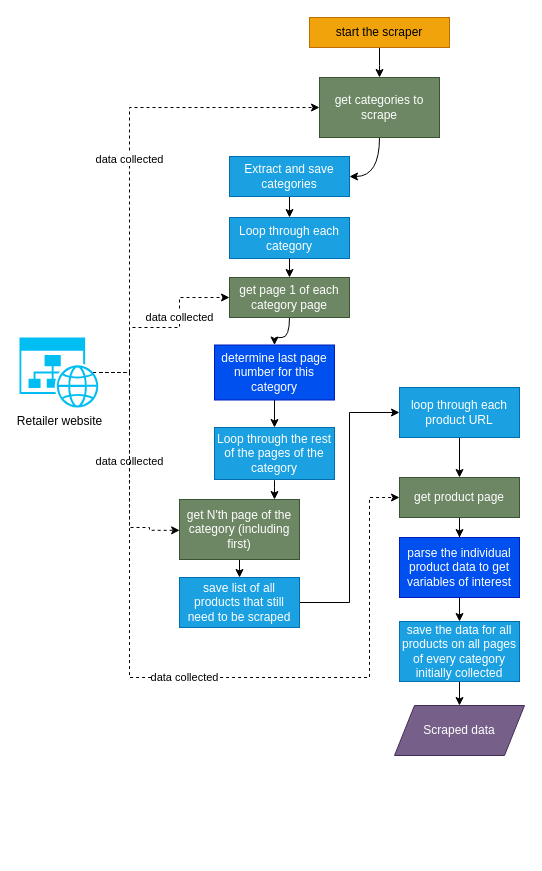
The draw.io diagram docs/images/mapping-the-process-overall.drawio in ESCAP-SD/ESCAP_RAP_class, before the edit. Source tidied: cells renumbered, new cells numbered last; positions are measured from the earlier drawing's top-left corner, leaving out a move shared by most shapes. Both pictures are drawn from the tidied source at 100%, with x=0, y=0 at pixel (19, 17).
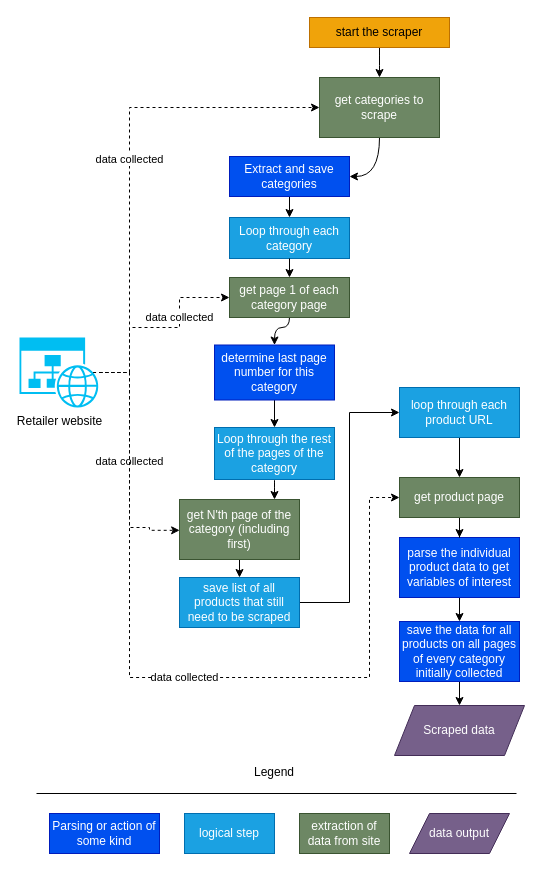
The same page after the edit.

Commit message (it also covers changes not shown here):
finish RAPify process mapping walkthrough

Unchanged cells that the change refers to:
```xml
<mxCell id="10" value="get page 1 of each category page" style="rounded=0;whiteSpace=wrap;html=1;fillColor=#6d8764;fontColor=#ffffff;strokeColor=#3A5431;" parent="1" vertex="1">
  <mxGeometry x="210" y="260" width="120" height="40" as="geometry" />
</mxCell>
<mxCell id="21" value="determine last page number for this category" style="rounded=0;whiteSpace=wrap;html=1;fillColor=#0050ef;fontColor=#ffffff;strokeColor=#001DBC;" parent="1" vertex="1">
  <mxGeometry x="195" y="327.5" width="120" height="55" as="geometry" />
</mxCell>
```

Diff of the diagram source:
```diff
@@
-    <mxCell id="8" value="Extract and save categories" style="rounded=0;whiteSpace=wrap;html=1;fillColor=#1ba1e2;fontColor=#ffffff;strokeColor=#006EAF;" parent="1" vertex="1">
+    <mxCell id="8" value="Extract and save categories" style="rounded=0;whiteSpace=wrap;html=1;fillColor=#0050ef;fontColor=#ffffff;strokeColor=#001DBC;" parent="1" vertex="1">
       <mxGeometry x="210" y="139" width="120" height="40" as="geometry" />
     </mxCell>
     <mxCell id="9" style="edgeStyle=orthogonalEdgeStyle;rounded=0;jettySize=auto;html=1;curved=1;" parent="1" edge="1" source="10" target="21">
-      <mxGeometry relative="1" as="geometry" />
+      <mxGeometry relative="1" as="geometry">
+        <Array as="points">
+          <mxPoint x="270" y="310" />
+          <mxPoint x="255" y="310" />
+        </Array>
+      </mxGeometry>
     </mxCell>
@@
-    <mxCell id="16" value="save the data for all products on all pages of every category initially collected" style="rounded=0;whiteSpace=wrap;html=1;fillColor=#1ba1e2;fontColor=#ffffff;strokeColor=#006EAF;" parent="1" vertex="1">
+    <mxCell id="16" value="save the data for all products on all pages of every category initially collected" style="rounded=0;whiteSpace=wrap;html=1;fillColor=#0050ef;fontColor=#ffffff;strokeColor=#001DBC;" parent="1" vertex="1">
       <mxGeometry x="380" y="604" width="120" height="60" as="geometry" />
     </mxCell>
@@
+    <mxCell id="34" value="Parsing or action of some kind" style="rounded=0;whiteSpace=wrap;html=1;fillColor=#0050ef;fontColor=#ffffff;strokeColor=#001DBC;" parent="1" vertex="1">
+      <mxGeometry x="30" y="796" width="110" height="40" as="geometry" />
+    </mxCell>
+    <mxCell id="35" value="logical step" style="rounded=0;whiteSpace=wrap;html=1;fillColor=#1ba1e2;fontColor=#ffffff;strokeColor=#006EAF;" parent="1" vertex="1">
+      <mxGeometry x="165" y="796" width="90" height="40" as="geometry" />
+    </mxCell>
+    <mxCell id="36" value="extraction of data from site" style="rounded=0;whiteSpace=wrap;html=1;fillColor=#6d8764;fontColor=#ffffff;strokeColor=#3A5431;" parent="1" vertex="1">
+      <mxGeometry x="280" y="796" width="90" height="40" as="geometry" />
+    </mxCell>
+    <mxCell id="37" value="data output" style="shape=parallelogram;perimeter=parallelogramPerimeter;whiteSpace=wrap;html=1;fixedSize=1;fillColor=#76608a;fontColor=#ffffff;strokeColor=#432D57;" parent="1" vertex="1">
+      <mxGeometry x="390" y="796" width="100" height="40" as="geometry" />
+    </mxCell>
+    <mxCell id="38" style="endArrow=none;html=1;rounded=0;" parent="1" edge="1">
+      <mxGeometry relative="1" as="geometry">
+        <mxPoint x="17" y="776" as="sourcePoint" />
+        <mxPoint x="497" y="776" as="targetPoint" />
+      </mxGeometry>
+    </mxCell>
+    <mxCell id="39" value="Legend" style="text;html=1;align=center;verticalAlign=middle;whiteSpace=wrap;rounded=0;" parent="1" vertex="1">
+      <mxGeometry x="225" y="740" width="60" height="30" as="geometry" />
+    </mxCell>
```
